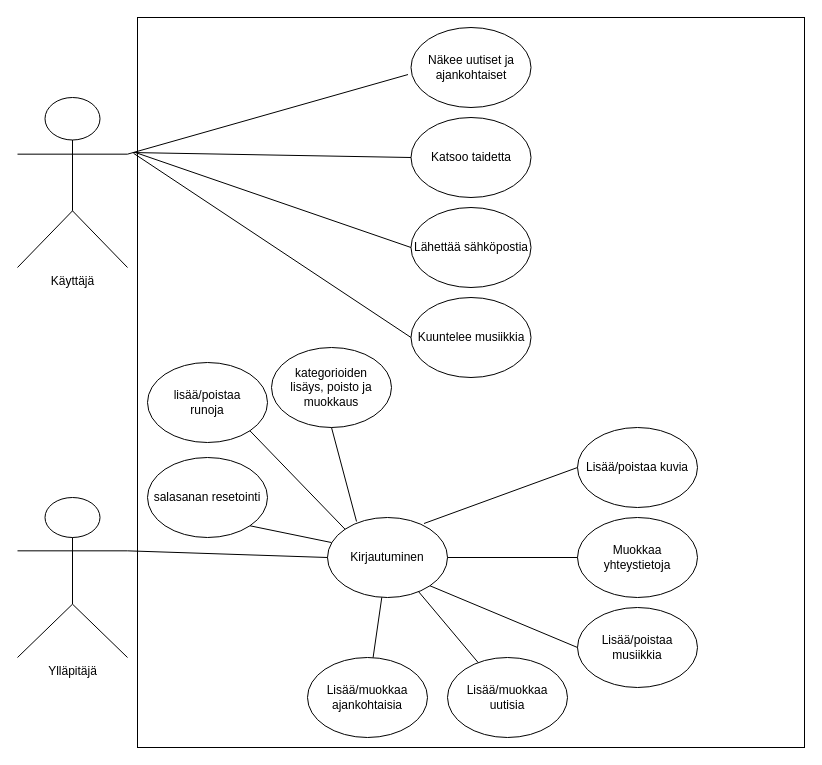
Before: docs/diagrammi.drawio in datamonnit/nykopp2.0, a draw.io diagram. Source tidied: cells renumbered, new cells numbered last; positions are measured from the earlier drawing's top-left corner, leaving out a move shared by most shapes. Both pictures are drawn from the tidied source at 100%, with x=0, y=0 at pixel (17, 17).
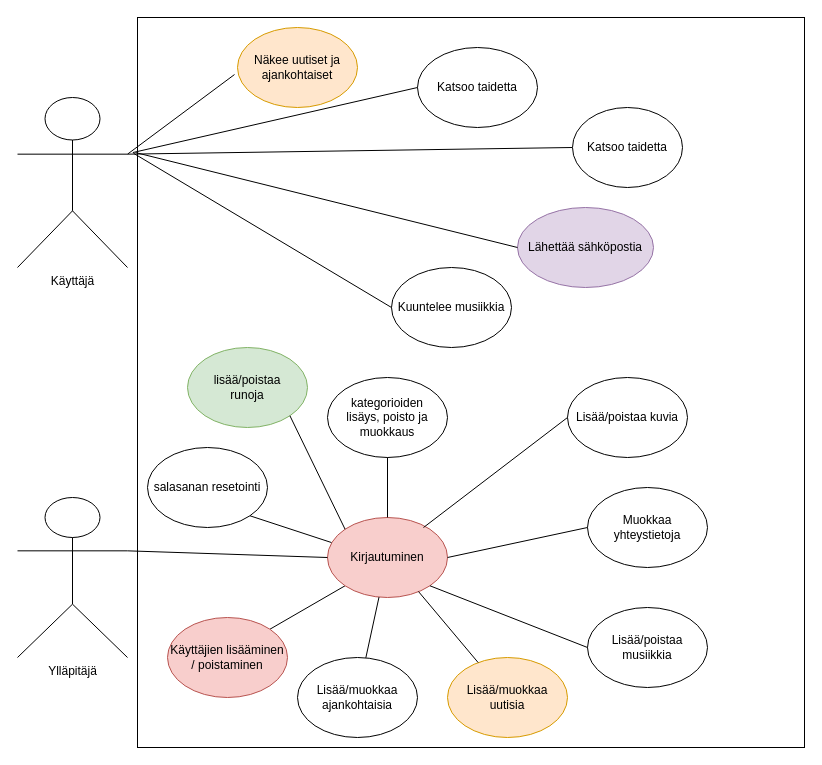
Above is the later version.

Commit message:
use case päivitys

Unchanged cells that the change refers to:
```xml
<mxCell id="2" value="Käyttäjä" style="shape=umlActor;verticalLabelPosition=bottom;verticalAlign=top;html=1;outlineConnect=0;" parent="1" vertex="1">
  <mxGeometry y="80" width="110" height="170" as="geometry" />
</mxCell>
```

The edit, as a diff of the source:
```diff
@@
     <mxCell id="5" value="Katsoo taidetta" style="ellipse;whiteSpace=wrap;html=1;" parent="1" vertex="1">
-      <mxGeometry x="393.5" y="100" width="120" height="80" as="geometry" />
+      <mxGeometry x="400" y="30" width="120" height="80" as="geometry" />
     </mxCell>
-    <mxCell id="6" value="Näkee uutiset ja ajankohtaiset" style="ellipse;whiteSpace=wrap;html=1;" parent="1" vertex="1">
-      <mxGeometry x="393.5" y="10" width="120" height="80" as="geometry" />
+    <mxCell id="6" value="Näkee uutiset ja ajankohtaiset" style="ellipse;whiteSpace=wrap;html=1;fillColor=#ffe6cc;strokeColor=#d79b00;" parent="1" vertex="1">
+      <mxGeometry x="220" y="10" width="120" height="80" as="geometry" />
     </mxCell>
     <mxCell id="7" value="Kuuntelee musiikkia" style="ellipse;whiteSpace=wrap;html=1;" parent="1" vertex="1">
-      <mxGeometry x="393.5" y="280" width="120" height="80" as="geometry" />
+      <mxGeometry x="374" y="250" width="120" height="80" as="geometry" />
     </mxCell>
-    <mxCell id="8" value="Lähettää sähköpostia" style="ellipse;whiteSpace=wrap;html=1;" parent="1" vertex="1">
-      <mxGeometry x="393.5" y="190" width="120" height="80" as="geometry" />
+    <mxCell id="8" value="Lähettää sähköpostia" style="ellipse;whiteSpace=wrap;html=1;fillColor=#e1d5e7;strokeColor=#9673a6;" parent="1" vertex="1">
+      <mxGeometry x="500" y="190" width="136" height="80" as="geometry" />
     </mxCell>
+    <mxCell id="31" style="edgeStyle=none;html=1;exitX=0;exitY=1;exitDx=0;exitDy=0;entryX=1;entryY=0;entryDx=0;entryDy=0;endArrow=none;endFill=0;" parent="1" edge="1" source="9" target="32">
+      <mxGeometry relative="1" as="geometry" />
+    </mxCell>
-    <mxCell id="9" value="Kirjautuminen" style="ellipse;whiteSpace=wrap;html=1;" parent="1" vertex="1">
+    <mxCell id="9" value="Kirjautuminen" style="ellipse;whiteSpace=wrap;html=1;fillColor=#f8cecc;strokeColor=#b85450;" parent="1" vertex="1">
       <mxGeometry x="310" y="500" width="120" height="80" as="geometry" />
     </mxCell>
@@
     <mxCell id="15" value="Lisää/poistaa kuvia" style="ellipse;whiteSpace=wrap;html=1;" parent="1" vertex="1">
-      <mxGeometry x="560" y="410" width="120" height="80" as="geometry" />
+      <mxGeometry x="550" y="360" width="120" height="80" as="geometry" />
     </mxCell>
     <mxCell id="16" value="Muokkaa yhteystietoja" style="ellipse;whiteSpace=wrap;html=1;" parent="1" vertex="1">
-      <mxGeometry x="560" y="500" width="120" height="80" as="geometry" />
+      <mxGeometry x="570" y="470" width="120" height="80" as="geometry" />
     </mxCell>
     <mxCell id="17" value="Lisää/poistaa musiikkia" style="ellipse;whiteSpace=wrap;html=1;" parent="1" vertex="1">
-      <mxGeometry x="560" y="590" width="120" height="80" as="geometry" />
+      <mxGeometry x="570" y="590" width="120" height="80" as="geometry" />
     </mxCell>
-    <mxCell id="18" style="endArrow=none;html=1;entryX=0;entryY=0.5;entryDx=0;entryDy=0;exitX=0.804;exitY=0.075;exitDx=0;exitDy=0;exitPerimeter=0;" parent="1" edge="1" source="9" target="15">
-      <mxGeometry relative="1" as="geometry" />
+    <mxCell id="18" style="endArrow=none;html=1;entryX=0;entryY=0.5;entryDx=0;entryDy=0;" parent="1" edge="1" target="15">
+      <mxGeometry relative="1" as="geometry">
+        <mxPoint x="406" y="510" as="sourcePoint" />
+      </mxGeometry>
     </mxCell>
@@
-    <mxCell id="21" value="Lisää/muokkaa&lt;br&gt;uutisia" style="ellipse;whiteSpace=wrap;html=1;" parent="1" vertex="1">
+    <mxCell id="21" value="Lisää/muokkaa&lt;br&gt;uutisia" style="ellipse;whiteSpace=wrap;html=1;fillColor=#ffe6cc;strokeColor=#d79b00;" parent="1" vertex="1">
       <mxGeometry x="430" y="640" width="120" height="80" as="geometry" />
     </mxCell>
     <mxCell id="22" value="Lisää/muokkaa&lt;br&gt;ajankohtaisia" style="ellipse;whiteSpace=wrap;html=1;" parent="1" vertex="1">
-      <mxGeometry x="290" y="640" width="120" height="80" as="geometry" />
+      <mxGeometry x="280" y="640" width="120" height="80" as="geometry" />
     </mxCell>
@@
     <mxCell id="25" value="salasanan resetointi" style="ellipse;whiteSpace=wrap;html=1;" parent="1" vertex="1">
-      <mxGeometry x="130" y="440" width="120" height="80" as="geometry" />
+      <mxGeometry x="130" y="430" width="120" height="80" as="geometry" />
     </mxCell>
@@
-    <mxCell id="27" value="lisää/poistaa&lt;br&gt;runoja" style="ellipse;whiteSpace=wrap;html=1;" parent="1" vertex="1">
-      <mxGeometry x="130" y="345" width="120" height="80" as="geometry" />
+    <mxCell id="27" value="lisää/poistaa&lt;br&gt;runoja" style="ellipse;whiteSpace=wrap;html=1;fillColor=#d5e8d4;strokeColor=#82b366;" parent="1" vertex="1">
+      <mxGeometry x="170" y="330" width="120" height="80" as="geometry" />
     </mxCell>
@@
     <mxCell id="29" value="kategorioiden&lt;br&gt;lisäys, poisto ja muokkaus" style="ellipse;whiteSpace=wrap;html=1;" parent="1" vertex="1">
-      <mxGeometry x="254" y="330" width="120" height="80" as="geometry" />
+      <mxGeometry x="310" y="360" width="120" height="80" as="geometry" />
     </mxCell>
-    <mxCell id="30" style="endArrow=none;html=1;entryX=0.5;entryY=1;entryDx=0;entryDy=0;exitX=0.242;exitY=0.05;exitDx=0;exitDy=0;exitPerimeter=0;" parent="1" edge="1" source="9" target="29">
+    <mxCell id="30" style="endArrow=none;html=1;entryX=0.5;entryY=1;entryDx=0;entryDy=0;exitX=0.5;exitY=0;exitDx=0;exitDy=0;" parent="1" edge="1" source="9" target="29">
       <mxGeometry relative="1" as="geometry" />
     </mxCell>
+    <mxCell id="32" value="Käyttäjien lisääminen / poistaminen" style="ellipse;whiteSpace=wrap;html=1;fillColor=#f8cecc;strokeColor=#b85450;" parent="1" vertex="1">
+      <mxGeometry x="150" y="600" width="120" height="80" as="geometry" />
+    </mxCell>
+    <mxCell id="33" style="edgeStyle=none;html=1;exitX=0;exitY=0.5;exitDx=0;exitDy=0;entryX=1;entryY=0.3333333333333333;entryDx=0;entryDy=0;entryPerimeter=0;endArrow=none;endFill=0;" parent="1" edge="1" source="34" target="2">
+      <mxGeometry relative="1" as="geometry" />
+    </mxCell>
+    <mxCell id="34" value="Katsoo taidetta" style="ellipse;whiteSpace=wrap;html=1;" parent="1" vertex="1">
+      <mxGeometry x="555" y="90" width="110" height="80" as="geometry" />
+    </mxCell>
```
